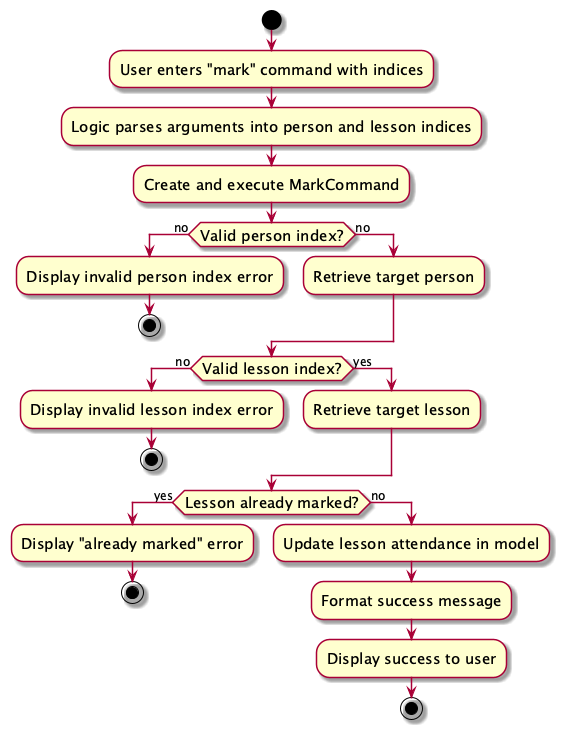
Before: docs/images/MarkCommandActivityDiagram.png, a diagram exported from PlantUML (tonyvict/tp).
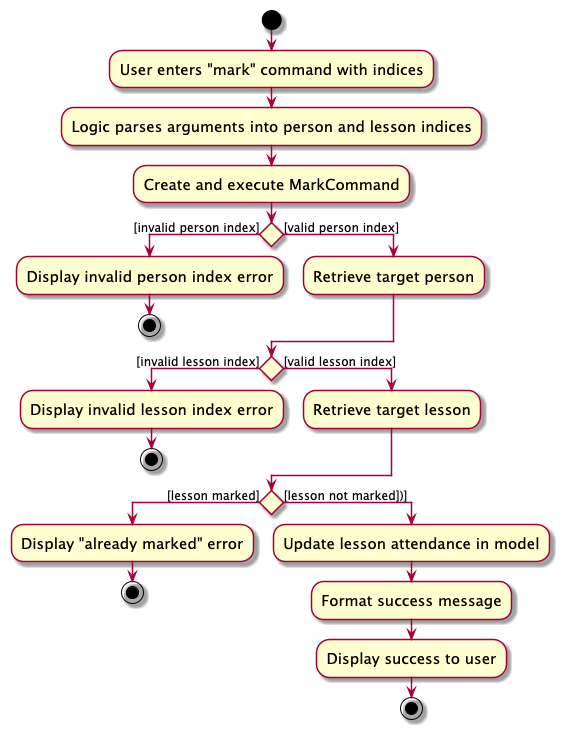
Above is the later version.

Commit message:
Update activity diagrams

Diff of the diagram source:
```diff
@@ -6,22 +6,22 @@
 :User enters "mark" command with indices;
 :Logic parses arguments into person and lesson indices;
 :Create and execute MarkCommand;
-if (Valid person index?) then (no)
+if () then ([invalid person index])
   :Display invalid person index error;
   stop
-else (no)
+else ([valid person index])
   :Retrieve target person;
 endif
-if (Valid lesson index?) then (no)
+if () then ([invalid lesson index])
   :Display invalid lesson index error;
   stop
-else (yes)
+else ([valid lesson index])
   :Retrieve target lesson;
 endif
-if (Lesson already marked?) then (yes)
+if () then ([lesson marked])
   :Display "already marked" error;
   stop
-else (no)
+else ([lesson not marked])])
   :Update lesson attendance in model;
   :Format success message;
   :Display success to user;
```
